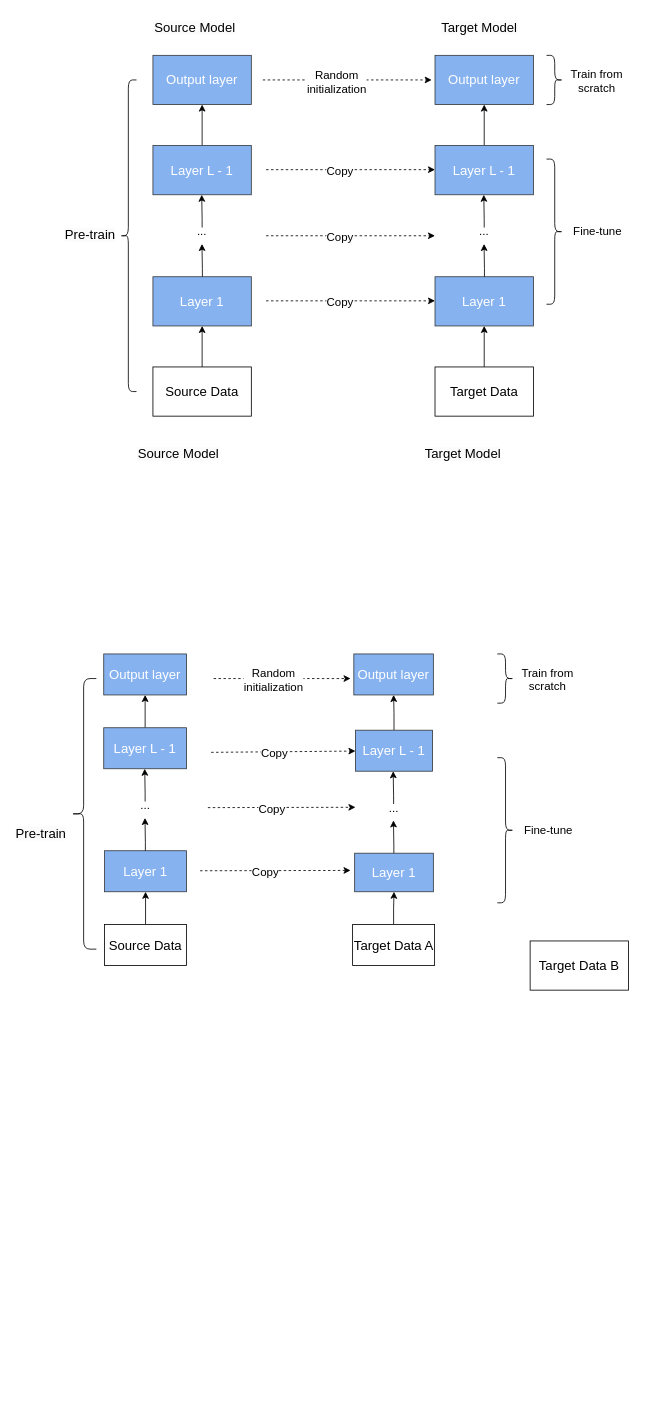
imayuxiang/drawio keeps this draw.io diagram as fedreted-finetune.drawio. Above is the earlier version. Source tidied: cells renumbered, new cells numbered last; positions are measured from the earlier drawing's top-left corner, leaving out a move shared by most shapes. Both pictures are drawn from the tidied source at 82%, with x=0, y=0 at pixel (14, 14).
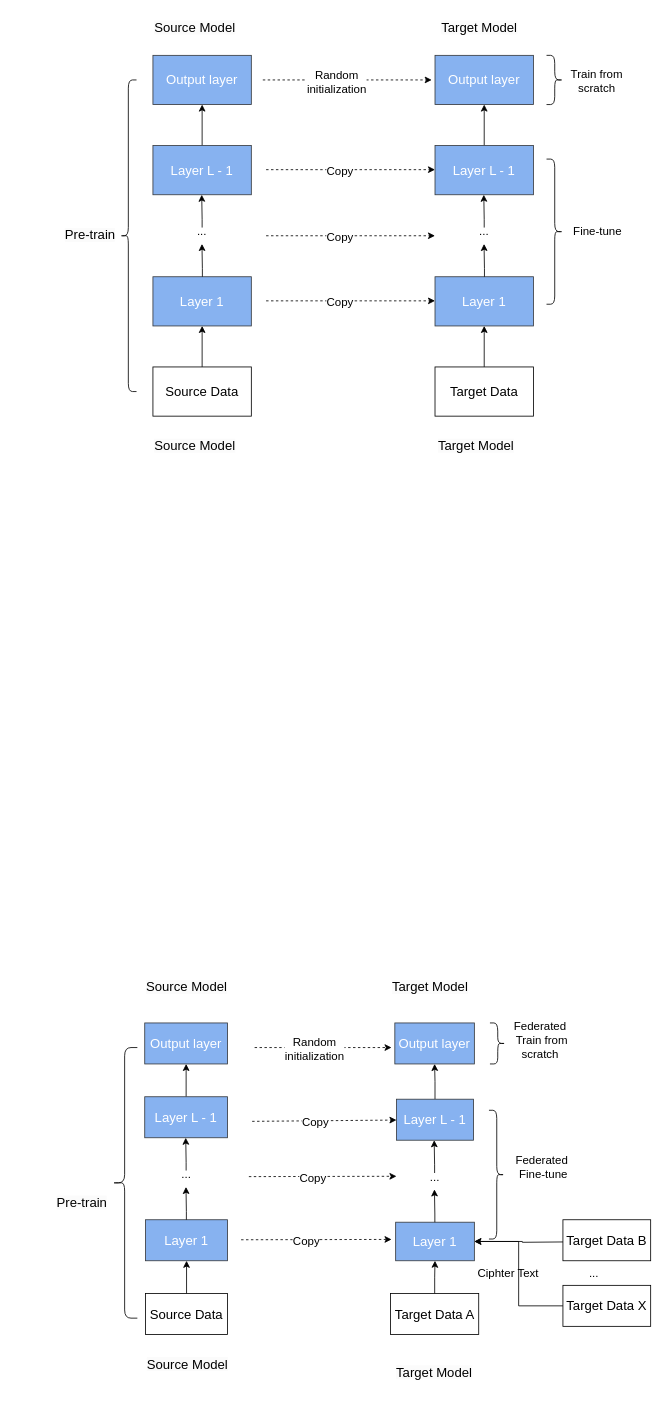
Above is the later version.

Change to the diagram source:
```diff
@@
     <mxCell id="36" value="&lt;font style=&quot;font-size: 16px;&quot; color=&quot;#ffffff&quot;&gt;Output layer&lt;/font&gt;" style="rounded=0;whiteSpace=wrap;html=1;fillColor=#87B2F0;strokeColor=#36393d;" parent="1" vertex="1">
-      <mxGeometry x="109" y="780" width="101" height="50" as="geometry" />
+      <mxGeometry x="159" y="1230" width="101" height="50" as="geometry" />
     </mxCell>
@@
     <mxCell id="38" value="&lt;font style=&quot;font-size: 16px;&quot; color=&quot;#ffffff&quot;&gt;Layer L - 1&lt;/font&gt;" style="rounded=0;whiteSpace=wrap;html=1;fillColor=#87B2F0;strokeColor=#36393d;" parent="1" vertex="1">
-      <mxGeometry x="109" y="870" width="101" height="50" as="geometry" />
+      <mxGeometry x="159" y="1320" width="101" height="50" as="geometry" />
     </mxCell>
     <mxCell id="39" value="&lt;font style=&quot;font-size: 16px;&quot; color=&quot;#ffffff&quot;&gt;Layer 1&lt;/font&gt;" style="rounded=0;whiteSpace=wrap;html=1;fillColor=#87B2F0;strokeColor=#36393d;" parent="1" vertex="1">
-      <mxGeometry x="110" y="1020" width="100" height="50" as="geometry" />
+      <mxGeometry x="160" y="1470" width="100" height="50" as="geometry" />
     </mxCell>
     <mxCell id="40" style="edgeStyle=orthogonalEdgeStyle;rounded=0;orthogonalLoop=1;jettySize=auto;html=1;" parent="1" edge="1">
       <mxGeometry relative="1" as="geometry">
-        <mxPoint x="159.5" y="960" as="sourcePoint" />
-        <mxPoint x="159" y="920" as="targetPoint" />
+        <mxPoint x="209.5" y="1410" as="sourcePoint" />
+        <mxPoint x="209" y="1370" as="targetPoint" />
         <Array as="points">
-          <mxPoint x="159.5" y="950" />
-          <mxPoint x="159.5" y="950" />
+          <mxPoint x="209.5" y="1400" />
+          <mxPoint x="209.5" y="1400" />
         </Array>
       </mxGeometry>
     </mxCell>
     <mxCell id="41" value="&lt;font style=&quot;font-size: 14px;&quot;&gt;...&lt;/font&gt;" style="text;html=1;strokeColor=none;fillColor=none;align=center;verticalAlign=middle;whiteSpace=wrap;rounded=0;" parent="1" vertex="1">
-      <mxGeometry x="129.5" y="950" width="60" height="30" as="geometry" />
+      <mxGeometry x="179.5" y="1400" width="60" height="30" as="geometry" />
     </mxCell>
     <mxCell id="42" style="edgeStyle=orthogonalEdgeStyle;rounded=0;orthogonalLoop=1;jettySize=auto;html=1;" parent="1" edge="1">
       <mxGeometry relative="1" as="geometry">
-        <mxPoint x="159.8" y="1020" as="sourcePoint" />
-        <mxPoint x="159.3" y="980" as="targetPoint" />
+        <mxPoint x="209.8" y="1470" as="sourcePoint" />
+        <mxPoint x="209.3" y="1430" as="targetPoint" />
         <Array as="points">
-          <mxPoint x="159.8" y="1010" />
-          <mxPoint x="159.8" y="1010" />
+          <mxPoint x="209.8" y="1460" />
+          <mxPoint x="209.8" y="1460" />
         </Array>
       </mxGeometry>
     </mxCell>
@@
     <mxCell id="44" value="&lt;font style=&quot;font-size: 16px;&quot;&gt;Source Data&lt;/font&gt;" style="rounded=0;whiteSpace=wrap;html=1;fontColor=#000000;" parent="1" vertex="1">
-      <mxGeometry x="110" y="1110" width="100" height="50" as="geometry" />
+      <mxGeometry x="160" y="1560" width="100" height="50" as="geometry" />
     </mxCell>
     <mxCell id="45" value="&lt;span style=&quot;color: rgb(0, 0, 0); font-family: Helvetica; font-size: 16px; font-style: normal; font-variant-ligatures: normal; font-variant-caps: normal; font-weight: 400; letter-spacing: normal; orphans: 2; text-align: center; text-indent: 0px; text-transform: none; widows: 2; word-spacing: 0px; -webkit-text-stroke-width: 0px; background-color: rgb(251, 251, 251); text-decoration-thickness: initial; text-decoration-style: initial; text-decoration-color: initial; float: none; display: inline !important;&quot;&gt;Pre-train&lt;/span&gt;" style="text;whiteSpace=wrap;html=1;" parent="1" vertex="1">
-      <mxGeometry y="983" width="120" height="40" as="geometry" />
+      <mxGeometry x="50" y="1433" width="120" height="40" as="geometry" />
     </mxCell>
     <mxCell id="46" value="&lt;font style=&quot;font-size: 16px;&quot; color=&quot;#ffffff&quot;&gt;Output layer&lt;/font&gt;" style="rounded=0;whiteSpace=wrap;html=1;fillColor=#87B2F0;strokeColor=#36393d;" parent="1" vertex="1">
-      <mxGeometry x="414" y="780" width="97" height="50" as="geometry" />
+      <mxGeometry x="464" y="1230" width="97" height="50" as="geometry" />
     </mxCell>
@@
     <mxCell id="48" value="&lt;font style=&quot;font-size: 16px;&quot; color=&quot;#ffffff&quot;&gt;Layer 1&lt;/font&gt;" style="rounded=0;whiteSpace=wrap;html=1;fillColor=#87B2F0;strokeColor=#36393d;" parent="1" vertex="1">
-      <mxGeometry x="415" y="1023" width="96" height="47" as="geometry" />
+      <mxGeometry x="465" y="1473" width="96" height="47" as="geometry" />
     </mxCell>
     <mxCell id="49" style="edgeStyle=orthogonalEdgeStyle;rounded=0;orthogonalLoop=1;jettySize=auto;html=1;" parent="1" edge="1">
       <mxGeometry relative="1" as="geometry">
-        <mxPoint x="462.5" y="963" as="sourcePoint" />
-        <mxPoint x="462" y="923" as="targetPoint" />
+        <mxPoint x="512.5" y="1413" as="sourcePoint" />
+        <mxPoint x="512" y="1373" as="targetPoint" />
         <Array as="points">
-          <mxPoint x="462.5" y="953" />
-          <mxPoint x="462.5" y="953" />
+          <mxPoint x="512.5" y="1403" />
+          <mxPoint x="512.5" y="1403" />
         </Array>
       </mxGeometry>
     </mxCell>
     <mxCell id="50" value="&lt;font style=&quot;font-size: 14px;&quot;&gt;...&lt;/font&gt;" style="text;html=1;strokeColor=none;fillColor=none;align=center;verticalAlign=middle;whiteSpace=wrap;rounded=0;" parent="1" vertex="1">
-      <mxGeometry x="432.5" y="953" width="60" height="30" as="geometry" />
+      <mxGeometry x="482.5" y="1403" width="60" height="30" as="geometry" />
     </mxCell>
     <mxCell id="51" style="edgeStyle=orthogonalEdgeStyle;rounded=0;orthogonalLoop=1;jettySize=auto;html=1;" parent="1" edge="1">
       <mxGeometry relative="1" as="geometry">
-        <mxPoint x="462.8" y="1023" as="sourcePoint" />
-        <mxPoint x="462.3" y="983" as="targetPoint" />
+        <mxPoint x="512.8" y="1473" as="sourcePoint" />
+        <mxPoint x="512.3" y="1433" as="targetPoint" />
         <Array as="points">
-          <mxPoint x="462.8" y="1013" />
-          <mxPoint x="462.8" y="1013" />
+          <mxPoint x="512.8" y="1463" />
+          <mxPoint x="512.8" y="1463" />
         </Array>
       </mxGeometry>
     </mxCell>
@@
     <mxCell id="53" value="&lt;font style=&quot;font-size: 16px;&quot;&gt;Target Data A&lt;/font&gt;" style="rounded=0;whiteSpace=wrap;html=1;fontColor=#000000;" parent="1" vertex="1">
-      <mxGeometry x="412.5" y="1110" width="100" height="50" as="geometry" />
+      <mxGeometry x="458.8" y="1560" width="107.5" height="50" as="geometry" />
     </mxCell>
     <mxCell id="54" style="endArrow=classic;html=1;rounded=0;dashed=1;" parent="1" edge="1">
       <mxGeometry relative="1" as="geometry">
-        <mxPoint x="243" y="810" as="sourcePoint" />
-        <mxPoint x="410" y="810" as="targetPoint" />
+        <mxPoint x="293" y="1260" as="sourcePoint" />
+        <mxPoint x="460" y="1260" as="targetPoint" />
       </mxGeometry>
     </mxCell>
@@
     <mxCell id="56" style="endArrow=classic;html=1;rounded=0;dashed=1;" parent="1" edge="1">
       <mxGeometry relative="1" as="geometry">
-        <mxPoint x="226.5" y="1044.4" as="sourcePoint" />
-        <mxPoint x="410" y="1044" as="targetPoint" />
+        <mxPoint x="276.5" y="1494.4" as="sourcePoint" />
+        <mxPoint x="460" y="1494" as="targetPoint" />
       </mxGeometry>
     </mxCell>
@@
     <mxCell id="58" style="endArrow=classic;html=1;rounded=0;dashed=1;" parent="1" edge="1">
       <mxGeometry relative="1" as="geometry">
-        <mxPoint x="236" y="967.4" as="sourcePoint" />
-        <mxPoint x="416" y="967" as="targetPoint" />
+        <mxPoint x="286" y="1417.4" as="sourcePoint" />
+        <mxPoint x="466" y="1417" as="targetPoint" />
       </mxGeometry>
     </mxCell>
@@
     <mxCell id="60" value="&lt;span style=&quot;color: rgb(0, 0, 0); font-family: Helvetica; font-size: 16px; font-style: normal; font-variant-ligatures: normal; font-variant-caps: normal; font-weight: 400; letter-spacing: normal; orphans: 2; text-align: center; text-indent: 0px; text-transform: none; widows: 2; word-spacing: 0px; -webkit-text-stroke-width: 0px; background-color: rgb(251, 251, 251); text-decoration-thickness: initial; text-decoration-style: initial; text-decoration-color: initial; float: none; display: inline !important;&quot;&gt;Source Model&lt;/span&gt;" style="text;whiteSpace=wrap;html=1;" parent="1" vertex="1">
-      <mxGeometry x="149" y="520" width="120" height="40" as="geometry" />
+      <mxGeometry x="169" y="510" width="120" height="40" as="geometry" />
     </mxCell>
     <mxCell id="61" value="&lt;span style=&quot;color: rgb(0, 0, 0); font-family: Helvetica; font-size: 16px; font-style: normal; font-variant-ligatures: normal; font-variant-caps: normal; font-weight: 400; letter-spacing: normal; orphans: 2; text-align: center; text-indent: 0px; text-transform: none; widows: 2; word-spacing: 0px; -webkit-text-stroke-width: 0px; background-color: rgb(251, 251, 251); text-decoration-thickness: initial; text-decoration-style: initial; text-decoration-color: initial; float: none; display: inline !important;&quot;&gt;Target Model&lt;/span&gt;" style="text;whiteSpace=wrap;html=1;" parent="1" vertex="1">
-      <mxGeometry x="499" y="520" width="120" height="40" as="geometry" />
+      <mxGeometry x="514.5" y="510" width="120" height="40" as="geometry" />
     </mxCell>
-    <mxCell id="62" value="&lt;font style=&quot;font-size: 14px;&quot;&gt;Train from&lt;br&gt;scratch&lt;/font&gt;" style="edgeLabel;html=1;align=center;verticalAlign=middle;" parent="1" vertex="1">
-      <mxGeometry x="649" y="810" as="geometry" />
+    <mxCell id="62" value="&lt;font style=&quot;font-size: 14px;&quot;&gt;&lt;div style=&quot;&quot;&gt;Federated&lt;/div&gt;&lt;span style=&quot;&quot;&gt;&amp;nbsp;Train from&lt;/span&gt;&lt;br&gt;&lt;span style=&quot;&quot;&gt;scratch&lt;/span&gt;&lt;/font&gt;" style="edgeLabel;html=1;align=center;verticalAlign=middle;" parent="1" vertex="1">
+      <mxGeometry x="640" y="1250" as="geometry" />
     </mxCell>
     <mxCell id="63" style="shape=curlyBracket;whiteSpace=wrap;html=1;rounded=1;labelPosition=left;verticalLabelPosition=middle;align=right;verticalAlign=middle;" parent="1" vertex="1">
-      <mxGeometry x="69" y="810" width="31" height="330" as="geometry" />
+      <mxGeometry x="119" y="1260" width="31" height="330" as="geometry" />
     </mxCell>
-    <mxCell id="64" style="shape=curlyBracket;whiteSpace=wrap;html=1;rounded=1;flipH=1;labelPosition=right;verticalLabelPosition=middle;align=left;verticalAlign=middle;" parent="1" vertex="1">
-      <mxGeometry x="589" y="906.5" width="20" height="177" as="geometry" />
-    </mxCell>
-    <mxCell id="65" style="shape=curlyBracket;whiteSpace=wrap;html=1;rounded=1;flipH=1;labelPosition=right;verticalLabelPosition=middle;align=left;verticalAlign=middle;size=0.5;" parent="1" vertex="1">
-      <mxGeometry x="589" y="780" width="20" height="60" as="geometry" />
-    </mxCell>
-    <mxCell id="66" value="&lt;span style=&quot;font-size: 14px;&quot;&gt;Fine-tune&lt;/span&gt;" style="edgeLabel;html=1;align=center;verticalAlign=middle;" parent="1" vertex="1">
-      <mxGeometry x="659" y="820" as="geometry">
-        <mxPoint x="-9" y="174" as="offset" />
-      </mxGeometry>
-    </mxCell>
+    <mxCell id="71" style="edgeStyle=orthogonalEdgeStyle;rounded=0;jettySize=auto;html=1;entryX=1;entryY=0.5;entryDx=0;entryDy=0;" parent="1" edge="1" target="48">
+      <mxGeometry relative="1" as="geometry">
+        <mxPoint x="678" y="1497" as="sourcePoint" />
+      </mxGeometry>
+    </mxCell>
+    <mxCell id="72" value="&lt;font style=&quot;font-size: 14px;&quot;&gt;Ciphter Text&lt;/font&gt;" style="edgeLabel;html=1;align=center;verticalAlign=middle;" parent="71" vertex="1">
+      <mxGeometry x="0.12" y="1" relative="1" as="geometry">
+        <mxPoint x="-12" y="37" as="offset" />
+      </mxGeometry>
+    </mxCell>
     <mxCell id="67" value="&lt;font style=&quot;font-size: 16px;&quot;&gt;Target Data B&lt;/font&gt;" style="rounded=0;whiteSpace=wrap;html=1;fontColor=#000000;" parent="1" vertex="1">
-      <mxGeometry x="629" y="1130" width="120" height="60" as="geometry" />
+      <mxGeometry x="669" y="1470" width="107" height="50" as="geometry" />
     </mxCell>
     <mxCell id="68" style="endArrow=classic;html=1;rounded=0;dashed=1;" parent="1" edge="1" target="70">
       <mxGeometry relative="1" as="geometry">
-        <mxPoint x="240" y="900" as="sourcePoint" />
+        <mxPoint x="290" y="1350" as="sourcePoint" />
       </mxGeometry>
     </mxCell>
@@
     <mxCell id="70" value="&lt;font style=&quot;font-size: 16px;&quot; color=&quot;#ffffff&quot;&gt;Layer L - 1&lt;/font&gt;" style="rounded=0;whiteSpace=wrap;html=1;fillColor=#87B2F0;strokeColor=#36393d;" parent="1" vertex="1">
-      <mxGeometry x="416" y="873" width="94" height="50" as="geometry" />
+      <mxGeometry x="466" y="1323" width="94" height="50" as="geometry" />
     </mxCell>
+    <mxCell id="73" value="&lt;span style=&quot;color: rgb(0, 0, 0); font-family: Helvetica; font-size: 16px; font-style: normal; font-variant-ligatures: normal; font-variant-caps: normal; font-weight: 400; letter-spacing: normal; orphans: 2; text-align: center; text-indent: 0px; text-transform: none; widows: 2; word-spacing: 0px; -webkit-text-stroke-width: 0px; background-color: rgb(251, 251, 251); text-decoration-thickness: initial; text-decoration-style: initial; text-decoration-color: initial; float: none; display: inline !important;&quot;&gt;Source Model&lt;/span&gt;" style="text;whiteSpace=wrap;html=1;" parent="1" vertex="1">
+      <mxGeometry x="159" y="1170" width="120" height="40" as="geometry" />
+    </mxCell>
+    <mxCell id="74" value="&lt;span style=&quot;color: rgb(0, 0, 0); font-family: Helvetica; font-size: 16px; font-style: normal; font-variant-ligatures: normal; font-variant-caps: normal; font-weight: 400; letter-spacing: normal; orphans: 2; text-align: center; text-indent: 0px; text-transform: none; widows: 2; word-spacing: 0px; -webkit-text-stroke-width: 0px; background-color: rgb(251, 251, 251); text-decoration-thickness: initial; text-decoration-style: initial; text-decoration-color: initial; float: none; display: inline !important;&quot;&gt;Target Model&lt;/span&gt;" style="text;whiteSpace=wrap;html=1;" parent="1" vertex="1">
+      <mxGeometry x="458.8" y="1170" width="120" height="40" as="geometry" />
+    </mxCell>
+    <mxCell id="75" style="shape=curlyBracket;whiteSpace=wrap;html=1;rounded=1;flipH=1;labelPosition=right;verticalLabelPosition=middle;align=left;verticalAlign=middle;" parent="1" vertex="1">
+      <mxGeometry x="580" y="1230" width="19" height="50" as="geometry" />
+    </mxCell>
+    <mxCell id="76" style="shape=curlyBracket;whiteSpace=wrap;html=1;rounded=1;flipH=1;labelPosition=right;verticalLabelPosition=middle;align=left;verticalAlign=middle;" parent="1" vertex="1">
+      <mxGeometry x="578.8" y="1336.5" width="19" height="157" as="geometry" />
+    </mxCell>
+    <mxCell id="77" value="&lt;font style=&quot;font-size: 14px;&quot;&gt;&lt;div style=&quot;&quot;&gt;Federated&lt;/div&gt;&lt;span style=&quot;&quot;&gt;&amp;nbsp;Fine-tune&lt;/span&gt;&lt;br&gt;&lt;/font&gt;" style="edgeLabel;html=1;align=center;verticalAlign=middle;" parent="1" vertex="1">
+      <mxGeometry x="669" y="1250" as="geometry">
+        <mxPoint x="-27" y="154" as="offset" />
+      </mxGeometry>
+    </mxCell>
+    <mxCell id="78" value="&lt;span style=&quot;color: rgb(0, 0, 0); font-family: Helvetica; font-size: 16px; font-style: normal; font-variant-ligatures: normal; font-variant-caps: normal; font-weight: 400; letter-spacing: normal; orphans: 2; text-align: center; text-indent: 0px; text-transform: none; widows: 2; word-spacing: 0px; -webkit-text-stroke-width: 0px; background-color: rgb(251, 251, 251); text-decoration-thickness: initial; text-decoration-style: initial; text-decoration-color: initial; float: none; display: inline !important;&quot;&gt;Source Model&lt;/span&gt;" style="text;whiteSpace=wrap;html=1;" parent="1" vertex="1">
+      <mxGeometry x="160" y="1630" width="120" height="40" as="geometry" />
+    </mxCell>
+    <mxCell id="79" value="&lt;span style=&quot;color: rgb(0, 0, 0); font-family: Helvetica; font-size: 16px; font-style: normal; font-variant-ligatures: normal; font-variant-caps: normal; font-weight: 400; letter-spacing: normal; orphans: 2; text-align: center; text-indent: 0px; text-transform: none; widows: 2; word-spacing: 0px; -webkit-text-stroke-width: 0px; background-color: rgb(251, 251, 251); text-decoration-thickness: initial; text-decoration-style: initial; text-decoration-color: initial; float: none; display: inline !important;&quot;&gt;Target Model&lt;/span&gt;" style="text;whiteSpace=wrap;html=1;" parent="1" vertex="1">
+      <mxGeometry x="464" y="1640" width="120" height="40" as="geometry" />
+    </mxCell>
+    <mxCell id="80" style="edgeStyle=orthogonalEdgeStyle;rounded=0;jettySize=auto;html=1;entryX=1;entryY=0.5;entryDx=0;entryDy=0;" parent="1" edge="1" source="81" target="48">
+      <mxGeometry relative="1" as="geometry" />
+    </mxCell>
+    <mxCell id="81" value="&lt;font style=&quot;font-size: 16px;&quot;&gt;Target Data X&lt;/font&gt;" style="rounded=0;whiteSpace=wrap;html=1;fontColor=#000000;" parent="1" vertex="1">
+      <mxGeometry x="669" y="1550" width="107" height="50" as="geometry" />
+    </mxCell>
+    <mxCell id="82" value="&lt;font style=&quot;font-size: 14px;&quot;&gt;...&lt;/font&gt;" style="text;html=1;strokeColor=none;fillColor=none;align=center;verticalAlign=middle;whiteSpace=wrap;rounded=0;" parent="1" vertex="1">
+      <mxGeometry x="677" y="1520" width="60" height="30" as="geometry" />
+    </mxCell>
```
